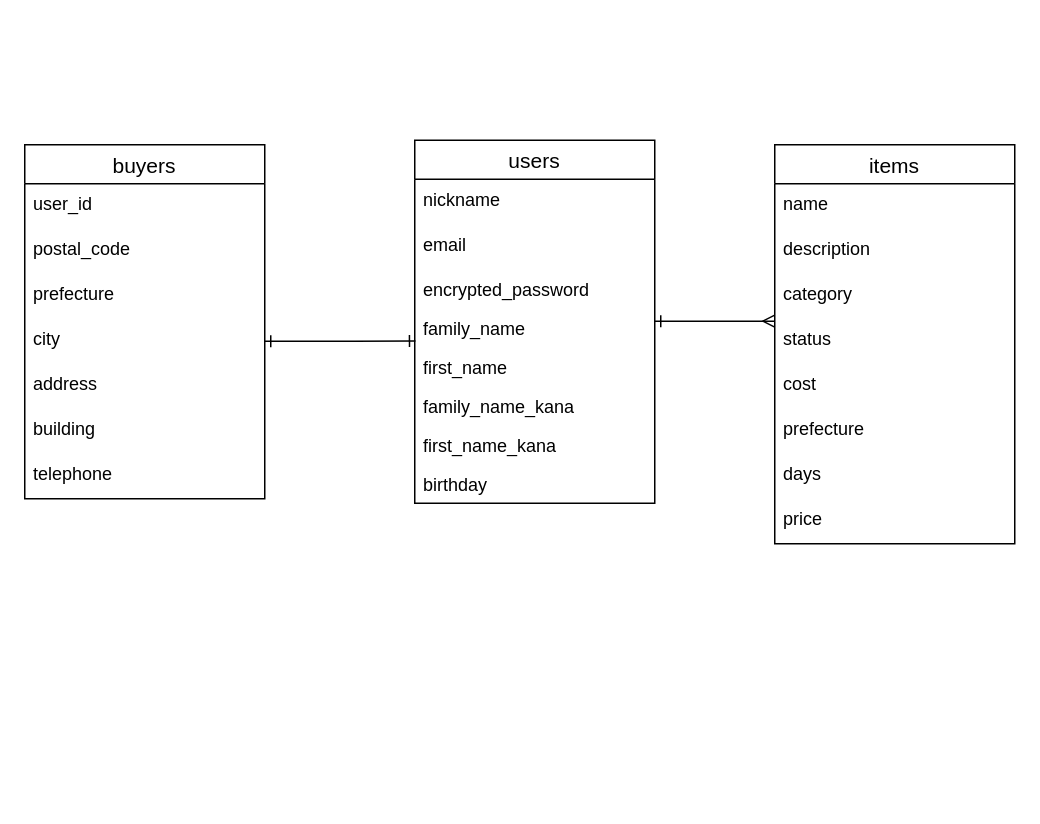
Before: furima.dio in k7010/furima-37868, a draw.io diagram. Source tidied: cells renumbered, new cells numbered last; positions are measured from the earlier drawing's top-left corner, leaving out a move shared by most shapes. Both pictures are drawn from the tidied source at 150%, with x=0, y=0 at pixel (24, 140).
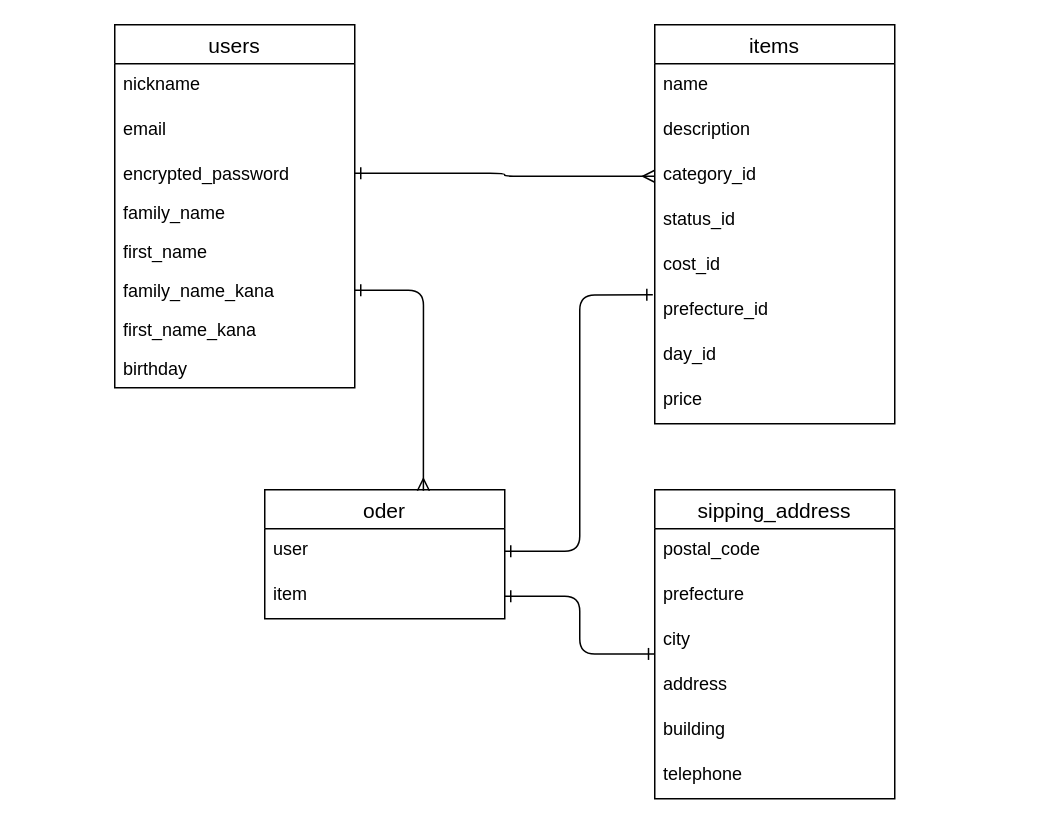
After the change.

Commit message (it also covers changes not shown here):
データベース設計の修正

The change refers to these unchanged cells:
```xml
<mxCell id="5" value="encrypted_password" style="text;strokeColor=none;fillColor=none;spacingLeft=4;spacingRight=4;overflow=hidden;points=[[0,0.5],[1,0.5]];portConstraint=eastwest;fontSize=12;" parent="2" vertex="1">
  <mxGeometry y="86" width="160" height="26" as="geometry" />
</mxCell>
<mxCell id="6" value="family_name" style="text;strokeColor=none;fillColor=none;spacingLeft=4;spacingRight=4;overflow=hidden;points=[[0,0.5],[1,0.5]];portConstraint=eastwest;fontSize=12;" parent="2" vertex="1">
  <mxGeometry y="112" width="160" height="26" as="geometry" />
</mxCell>
<mxCell id="8" value="family_name_kana" style="text;strokeColor=none;fillColor=none;spacingLeft=4;spacingRight=4;overflow=hidden;points=[[0,0.5],[1,0.5]];portConstraint=eastwest;fontSize=12;" parent="2" vertex="1">
  <mxGeometry y="164" width="160" height="26" as="geometry" />
</mxCell>
```

The edit, as a diff of the source:
```diff
@@
     <mxCell id="2" value="users" style="swimlane;fontStyle=0;horizontal=1;startSize=26;align=center;fontSize=14;" parent="1" vertex="1">
-      <mxGeometry x="260" width="160" height="242" as="geometry" />
+      <mxGeometry x="60" y="-77" width="160" height="242" as="geometry" />
     </mxCell>
@@
-    <mxCell id="11" value="buyers" style="swimlane;fontStyle=0;horizontal=1;startSize=26;align=center;fontSize=14;" parent="1" vertex="1">
-      <mxGeometry y="3" width="160" height="236" as="geometry" />
+    <mxCell id="11" value="sipping_address" style="swimlane;fontStyle=0;horizontal=1;startSize=26;align=center;fontSize=14;" parent="1" vertex="1">
+      <mxGeometry x="420" y="233" width="160" height="206" as="geometry" />
     </mxCell>
-    <mxCell id="12" value="user_id" style="text;strokeColor=none;fillColor=none;spacingLeft=4;spacingRight=4;overflow=hidden;fontSize=12;" parent="11" vertex="1">
-      <mxGeometry y="26" width="160" height="30" as="geometry" />
-    </mxCell>
     <mxCell id="13" value="postal_code" style="text;strokeColor=none;fillColor=none;spacingLeft=4;spacingRight=4;overflow=hidden;fontSize=12;" parent="11" vertex="1">
-      <mxGeometry y="56" width="160" height="30" as="geometry" />
+      <mxGeometry y="26" width="160" height="30" as="geometry" />
     </mxCell>
     <mxCell id="14" value="prefecture" style="text;strokeColor=none;fillColor=none;spacingLeft=4;spacingRight=4;overflow=hidden;fontSize=12;" parent="11" vertex="1">
-      <mxGeometry y="86" width="160" height="30" as="geometry" />
+      <mxGeometry y="56" width="160" height="30" as="geometry" />
     </mxCell>
     <mxCell id="15" value="city" style="text;strokeColor=none;fillColor=none;spacingLeft=4;spacingRight=4;overflow=hidden;points=[[0,0.5],[1,0.5]];portConstraint=eastwest;fontSize=12;" parent="11" vertex="1">
-      <mxGeometry y="116" width="160" height="30" as="geometry" />
+      <mxGeometry y="86" width="160" height="30" as="geometry" />
     </mxCell>
     <mxCell id="16" value="address" style="text;strokeColor=none;fillColor=none;spacingLeft=4;spacingRight=4;overflow=hidden;fontSize=12;" parent="11" vertex="1">
-      <mxGeometry y="146" width="160" height="30" as="geometry" />
+      <mxGeometry y="116" width="160" height="30" as="geometry" />
     </mxCell>
     <mxCell id="17" value="building" style="text;strokeColor=none;fillColor=none;spacingLeft=4;spacingRight=4;overflow=hidden;fontSize=12;" parent="11" vertex="1">
-      <mxGeometry y="176" width="160" height="30" as="geometry" />
+      <mxGeometry y="146" width="160" height="30" as="geometry" />
     </mxCell>
     <mxCell id="18" value="telephone" style="text;strokeColor=none;fillColor=none;spacingLeft=4;spacingRight=4;overflow=hidden;fontSize=12;" parent="11" vertex="1">
-      <mxGeometry y="206" width="160" height="30" as="geometry" />
+      <mxGeometry y="176" width="160" height="30" as="geometry" />
     </mxCell>
     <mxCell id="19" value="items" style="swimlane;fontStyle=0;horizontal=1;startSize=26;align=center;fontSize=14;" parent="1" vertex="1">
-      <mxGeometry x="500" y="3" width="160" height="266" as="geometry" />
+      <mxGeometry x="420" y="-77" width="160" height="266" as="geometry" />
     </mxCell>
@@
-    <mxCell id="22" value="category" style="text;strokeColor=none;fillColor=none;spacingLeft=4;spacingRight=4;overflow=hidden;points=[[0,0.5],[1,0.5]];portConstraint=eastwest;fontSize=12;" parent="19" vertex="1">
+    <mxCell id="22" value="category_id" style="text;strokeColor=none;fillColor=none;spacingLeft=4;spacingRight=4;overflow=hidden;points=[[0,0.5],[1,0.5]];portConstraint=eastwest;fontSize=12;" parent="19" vertex="1">
       <mxGeometry y="86" width="160" height="30" as="geometry" />
     </mxCell>
-    <mxCell id="23" value="status" style="text;strokeColor=none;fillColor=none;spacingLeft=4;spacingRight=4;overflow=hidden;fontSize=12;" parent="19" vertex="1">
+    <mxCell id="23" value="status_id" style="text;strokeColor=none;fillColor=none;spacingLeft=4;spacingRight=4;overflow=hidden;fontSize=12;" parent="19" vertex="1">
       <mxGeometry y="116" width="160" height="30" as="geometry" />
     </mxCell>
-    <mxCell id="24" value="cost" style="text;strokeColor=none;fillColor=none;spacingLeft=4;spacingRight=4;overflow=hidden;fontSize=12;" parent="19" vertex="1">
+    <mxCell id="24" value="cost_id" style="text;strokeColor=none;fillColor=none;spacingLeft=4;spacingRight=4;overflow=hidden;fontSize=12;" parent="19" vertex="1">
       <mxGeometry y="146" width="160" height="30" as="geometry" />
     </mxCell>
-    <mxCell id="25" value="prefecture" style="text;strokeColor=none;fillColor=none;spacingLeft=4;spacingRight=4;overflow=hidden;points=[[0,0.5],[1,0.5]];portConstraint=eastwest;fontSize=12;" parent="19" vertex="1">
+    <mxCell id="25" value="prefecture_id" style="text;strokeColor=none;fillColor=none;spacingLeft=4;spacingRight=4;overflow=hidden;points=[[0,0.5],[1,0.5]];portConstraint=eastwest;fontSize=12;" parent="19" vertex="1">
       <mxGeometry y="176" width="160" height="30" as="geometry" />
     </mxCell>
-    <mxCell id="26" value="days" style="text;strokeColor=none;fillColor=none;spacingLeft=4;spacingRight=4;overflow=hidden;fontSize=12;" parent="19" vertex="1">
+    <mxCell id="26" value="day_id" style="text;strokeColor=none;fillColor=none;spacingLeft=4;spacingRight=4;overflow=hidden;fontSize=12;" parent="19" vertex="1">
       <mxGeometry y="206" width="160" height="30" as="geometry" />
     </mxCell>
@@
-    <mxCell id="28" style="edgeStyle=none;html=1;strokeColor=default;endArrow=ERmany;endFill=0;startArrow=ERone;startFill=0;" parent="1" edge="1">
-      <mxGeometry relative="1" as="geometry">
-        <mxPoint x="420" y="120.6" as="sourcePoint" />
-        <mxPoint x="500" y="120.6" as="targetPoint" />
-      </mxGeometry>
-    </mxCell>
-    <mxCell id="29" style="edgeStyle=orthogonalEdgeStyle;html=1;exitX=1;exitY=0.5;exitDx=0;exitDy=0;entryX=0.003;entryY=0.837;entryDx=0;entryDy=0;entryPerimeter=0;startArrow=ERone;startFill=0;endArrow=ERone;endFill=0;strokeColor=default;" parent="1" edge="1" source="15" target="6">
-      <mxGeometry relative="1" as="geometry" />
-    </mxCell>
+    <mxCell id="30" value="oder" style="swimlane;fontStyle=0;horizontal=1;startSize=26;align=center;fontSize=14;" parent="1" vertex="1">
+      <mxGeometry x="160" y="233" width="160" height="86" as="geometry" />
+    </mxCell>
+    <mxCell id="31" value="user" style="text;strokeColor=none;fillColor=none;spacingLeft=4;spacingRight=4;overflow=hidden;points=[[0,0.5],[1,0.5]];portConstraint=eastwest;fontSize=12;" parent="30" vertex="1">
+      <mxGeometry y="26" width="160" height="30" as="geometry" />
+    </mxCell>
+    <mxCell id="32" value="item" style="text;strokeColor=none;fillColor=none;spacingLeft=4;spacingRight=4;overflow=hidden;points=[[0,0.5],[1,0.5]];portConstraint=eastwest;fontSize=12;" parent="30" vertex="1">
+      <mxGeometry y="56" width="160" height="30" as="geometry" />
+    </mxCell>
+    <mxCell id="33" style="edgeStyle=orthogonalEdgeStyle;html=1;exitX=1;exitY=0.5;exitDx=0;exitDy=0;entryX=0;entryY=0.5;entryDx=0;entryDy=0;startArrow=ERone;startFill=0;endArrow=ERmany;endFill=0;strokeColor=default;" parent="1" edge="1" source="5" target="22">
+      <mxGeometry relative="1" as="geometry" />
+    </mxCell>
+    <mxCell id="34" style="edgeStyle=orthogonalEdgeStyle;html=1;exitX=1;exitY=0.5;exitDx=0;exitDy=0;entryX=0.661;entryY=0.008;entryDx=0;entryDy=0;entryPerimeter=0;startArrow=ERone;startFill=0;endArrow=ERmany;endFill=0;strokeColor=default;" parent="1" edge="1" source="8" target="30">
+      <mxGeometry relative="1" as="geometry" />
+    </mxCell>
+    <mxCell id="35" style="edgeStyle=orthogonalEdgeStyle;html=1;exitX=1;exitY=0.5;exitDx=0;exitDy=0;entryX=-0.008;entryY=0.135;entryDx=0;entryDy=0;entryPerimeter=0;startArrow=ERone;startFill=0;endArrow=ERone;endFill=0;strokeColor=default;" parent="1" edge="1" source="31" target="25">
+      <mxGeometry relative="1" as="geometry" />
+    </mxCell>
+    <mxCell id="36" style="edgeStyle=orthogonalEdgeStyle;html=1;exitX=1;exitY=0.5;exitDx=0;exitDy=0;entryX=-0.001;entryY=0.782;entryDx=0;entryDy=0;entryPerimeter=0;startArrow=ERone;startFill=0;endArrow=ERone;endFill=0;strokeColor=default;" parent="1" edge="1" source="32" target="15">
+      <mxGeometry relative="1" as="geometry" />
+    </mxCell>
```
